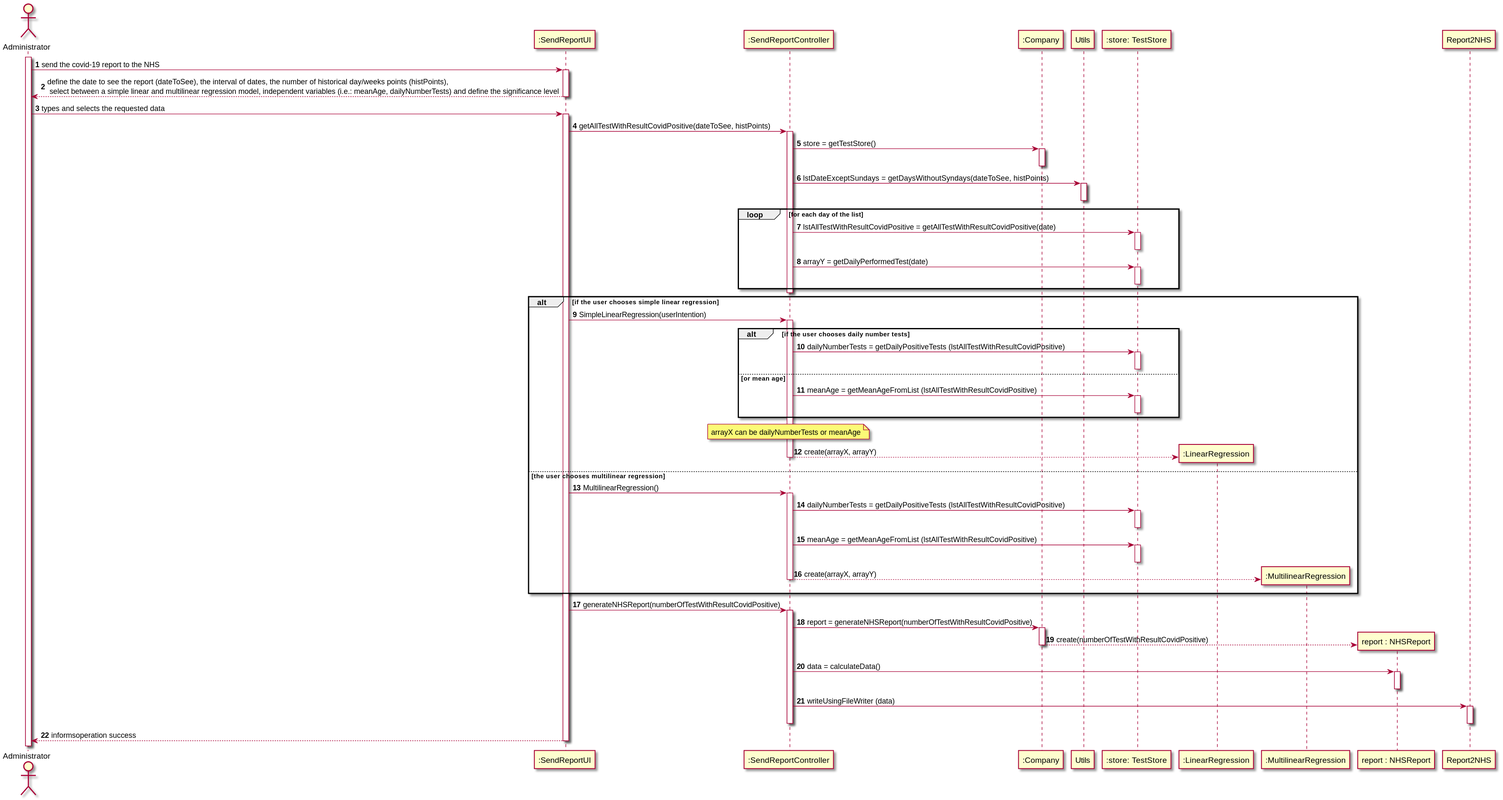
Before: docs/SprintD/US18/US18-SD.svg, a diagram exported from PlantUML (0franciscor/lei-21-s2-1de-g19). Source of this version:
```plantuml
@startuml

autonumber

actor "Administrator" as A
activate A


A -> ":SendReportUI" : send the covid-19 report to the NHS
activate ":SendReportUI"
":SendReportUI" --> A: define the date to see the report (dateToSee), the interval of dates, the number of historical day/weeks points (histPoints), \n select between a simple linear and multilinear regression model, independent variables (i.e.: meanAge, dailyNumberTests) and define the significance level
deactivate ":SendReportUI"

A -> ":SendReportUI" : types and selects the requested data
activate ":SendReportUI"
":SendReportUI" -> ":SendReportController": getAllTestWithResultCovidPositive(dateToSee, histPoints)

activate ":SendReportController"
":SendReportController" -> ":Company" : store = getTestStore()
activate ":Company"
deactivate ":Company"

":SendReportController" -> "Utils" : lstDateExceptSundays = getDaysWithoutSyndays(dateToSee, histPoints)
activate "Utils"
deactivate "Utils"

loop for each day of the list
":SendReportController" -> ":store: TestStore" : lstAllTestWithResultCovidPositive = getAllTestWithResultCovidPositive(date)
activate ":store: TestStore"
deactivate ":store: TestStore"

":SendReportController" -> ":store: TestStore" : arrayY = getDailyPerformedTest(date)
activate ":store: TestStore"
deactivate ":store: TestStore"

end

deactivate ":SendReportController"


alt if the user chooses simple linear regression
":SendReportUI" -> ":SendReportController" : SimpleLinearRegression(userIntention)
activate ":SendReportController"

alt if the user chooses daily number tests
":SendReportController" -> ":store: TestStore" : dailyNumberTests = getDailyPositiveTests (lstAllTestWithResultCovidPositive)
activate ":store: TestStore"
deactivate ":store: TestStore"
else or mean age
":SendReportController" -> ":store: TestStore" : meanAge = getMeanAgeFromList (lstAllTestWithResultCovidPositive)
activate ":store: TestStore"
deactivate ":store: TestStore"
end
create ":LinearRegression"
note over ":SendReportController" : arrayX can be dailyNumberTests or meanAge
":SendReportController" --> ":LinearRegression" : create(arrayX, arrayY)
deactivate ":SendReportController"



else the user chooses multilinear regression
":SendReportUI" -> ":SendReportController" : MultilinearRegression()
activate ":SendReportController"



":SendReportController" -> ":store: TestStore" : dailyNumberTests = getDailyPositiveTests (lstAllTestWithResultCovidPositive)
activate ":store: TestStore"
deactivate ":store: TestStore"
":SendReportController" -> ":store: TestStore" : meanAge = getMeanAgeFromList (lstAllTestWithResultCovidPositive)
activate ":store: TestStore"
deactivate ":store: TestStore"

create ":MultilinearRegression"
":SendReportController" --> ":MultilinearRegression" : create(arrayX, arrayY)

deactivate ":SendReportController"
end



":SendReportUI" -> ":SendReportController" : generateNHSReport(numberOfTestWithResultCovidPositive)
activate ":SendReportController"

":SendReportController" -> ":Company" : report = generateNHSReport(numberOfTestWithResultCovidPositive)
activate ":Company"

create "report : NHSReport"
":Company" --> "report : NHSReport" : create(numberOfTestWithResultCovidPositive)

deactivate ":Company"

":SendReportController" -> "report : NHSReport": data = calculateData()
activate "report : NHSReport"
deactivate "report : NHSReport"

":SendReportController" -> "Report2NHS": writeUsingFileWriter (data)

activate "Report2NHS"

deactivate "Report2NHS"

deactivate ":SendReportController"

":SendReportUI" --> A: informsoperation success
deactivate ":SendReportUI"



@enduml
```
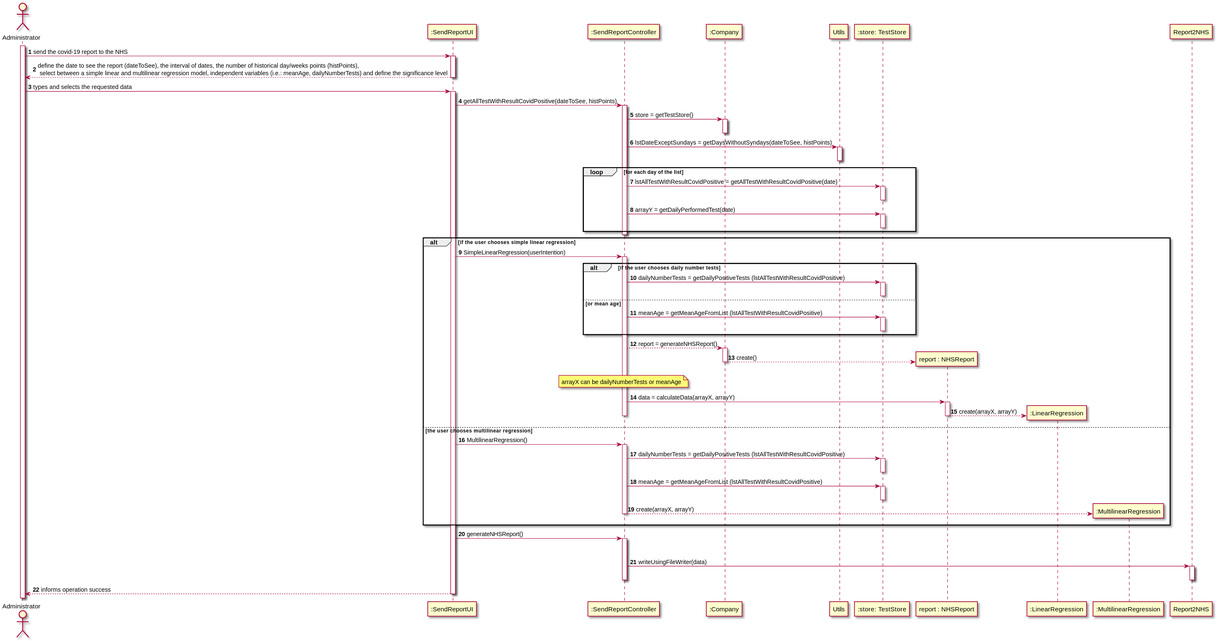
The same diagram one commit later.

Diff of the diagram source:
```diff
@@ -51,9 +51,25 @@
 activate ":store: TestStore"
 deactivate ":store: TestStore"
 end
+
+
+":SendReportController" --> ":Company" : report = generateNHSReport()
+activate ":Company"
+create "report : NHSReport"
+":Company" --> "report : NHSReport" : create()
+deactivate ":Company"
+
+note over ":SendReportController" : arrayX can be dailyNumberTests or meanAge
+
+":SendReportController" -> "report : NHSReport": data = calculateData(arrayX, arrayY)
+activate "report : NHSReport"
+
+
+
 create ":LinearRegression"
-note over ":SendReportController" : arrayX can be dailyNumberTests or meanAge
-":SendReportController" --> ":LinearRegression" : create(arrayX, arrayY)
+
+"report : NHSReport" --> ":LinearRegression" : create(arrayX, arrayY)
+deactivate "report : NHSReport"
 deactivate ":SendReportController"
 
 
@@ -79,22 +95,15 @@
 
 
 
-":SendReportUI" -> ":SendReportController" : generateNHSReport(numberOfTestWithResultCovidPositive)
+":SendReportUI" -> ":SendReportController" : generateNHSReport()
 activate ":SendReportController"
 
-":SendReportController" -> ":Company" : report = generateNHSReport(numberOfTestWithResultCovidPositive)
-activate ":Company"
-
-create "report : NHSReport"
-":Company" --> "report : NHSReport" : create(numberOfTestWithResultCovidPositive)
 
 deactivate ":Company"
 
-":SendReportController" -> "report : NHSReport": data = calculateData()
-activate "report : NHSReport"
-deactivate "report : NHSReport"
 
-":SendReportController" -> "Report2NHS": writeUsingFileWriter (data)
+
+":SendReportController" -> "Report2NHS": writeUsingFileWriter(data)
 
 activate "Report2NHS"
 
@@ -102,7 +111,7 @@
 
 deactivate ":SendReportController"
 
-":SendReportUI" --> A: informsoperation success
+":SendReportUI" --> A: informs operation success
 deactivate ":SendReportUI"
 
 
```
